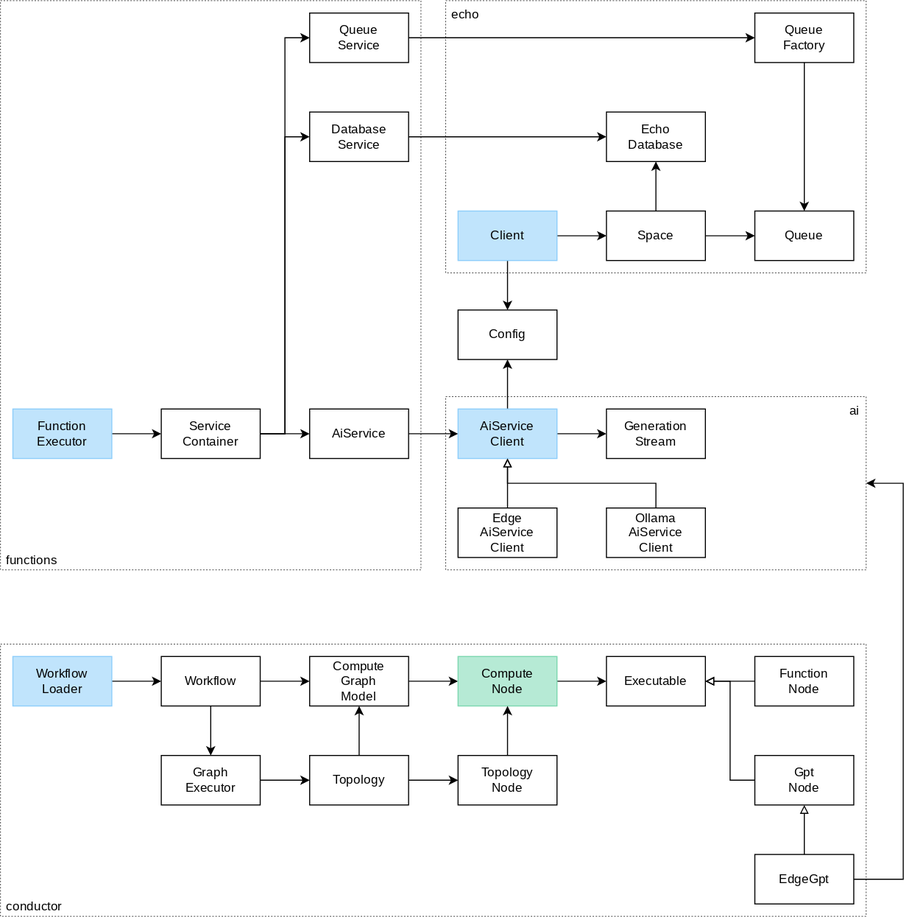
Earlier version of the draw.io export packages/core/assistant/docs/ai.drawio.svg (dxos/dxos). Source tidied: cells renumbered, new cells last; positions are measured from the earlier drawing's top-left corner, leaving out a move shared by most shapes.
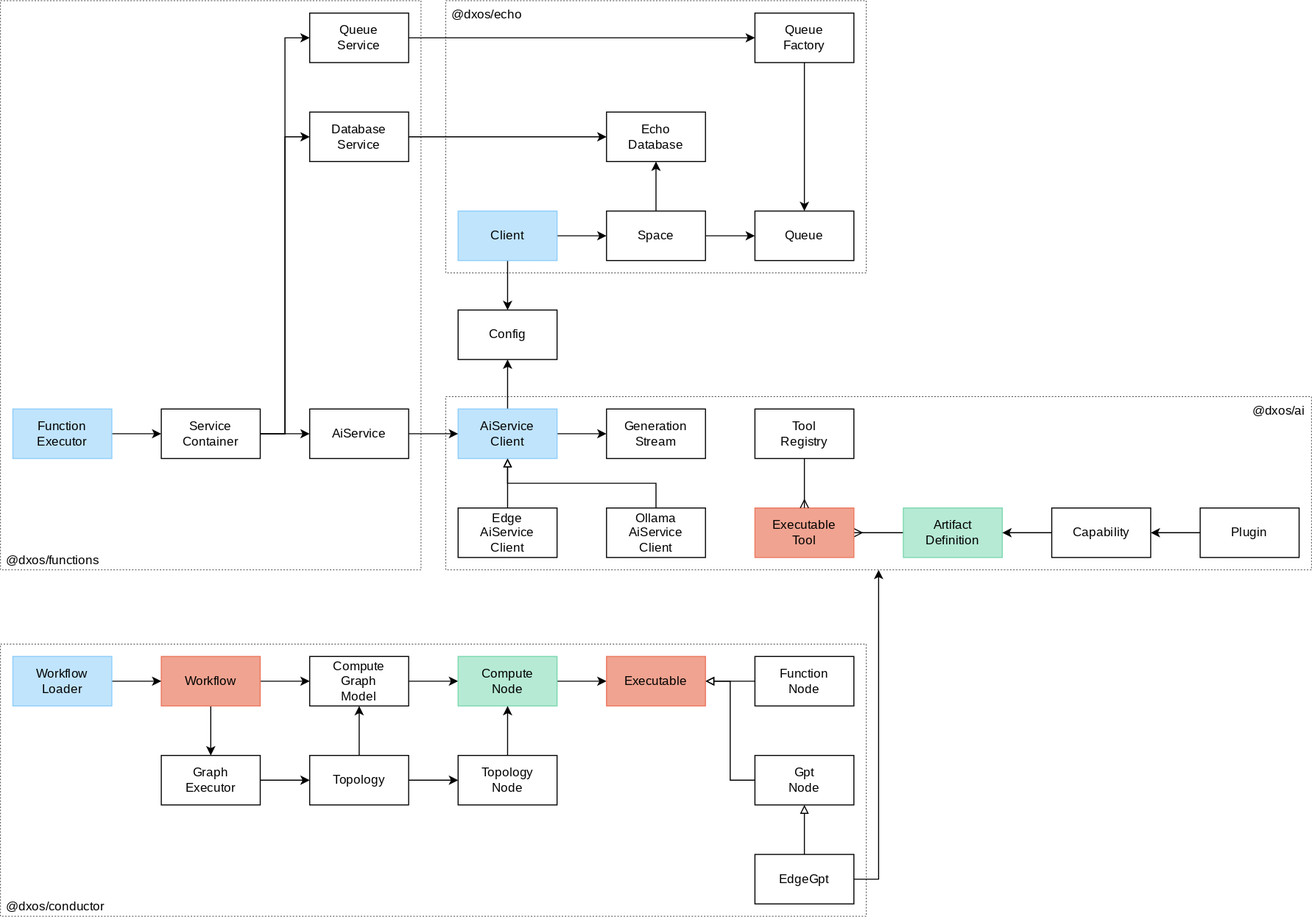
After the change.

What changed in the source:
```diff
@@ -2,17 +2,17 @@
   <root>
     <mxCell id="0" />
     <mxCell id="1" parent="0" />
-    <mxCell id="2" value="conductor" style="rounded=0;whiteSpace=wrap;html=1;fontFamily=Space Grotesk;fontSource=https%3A%2F%2Ffonts.googleapis.com%2Fcss%3Ffamily%3DSpace%2BGrotesk;verticalAlign=bottom;fillColor=none;dashed=1;strokeWidth=0.5;align=left;spacingLeft=4;spacingRight=4;" parent="1" vertex="1">
+    <mxCell id="2" value="@dxos/conductor" style="rounded=0;whiteSpace=wrap;html=1;fontFamily=Space Grotesk;fontSource=https%3A%2F%2Ffonts.googleapis.com%2Fcss%3Ffamily%3DSpace%2BGrotesk;verticalAlign=bottom;fillColor=none;dashed=1;strokeWidth=0.5;align=left;spacingLeft=4;spacingRight=4;" parent="1" vertex="1">
       <mxGeometry y="624" width="840" height="264" as="geometry" />
     </mxCell>
-    <mxCell id="3" value="functions" style="rounded=0;whiteSpace=wrap;html=1;fontFamily=Space Grotesk;fontSource=https%3A%2F%2Ffonts.googleapis.com%2Fcss%3Ffamily%3DSpace%2BGrotesk;verticalAlign=bottom;fillColor=none;dashed=1;strokeWidth=0.5;align=left;spacingLeft=4;spacingRight=4;" parent="1" vertex="1">
+    <mxCell id="3" value="@dxos/functions" style="rounded=0;whiteSpace=wrap;html=1;fontFamily=Space Grotesk;fontSource=https%3A%2F%2Ffonts.googleapis.com%2Fcss%3Ffamily%3DSpace%2BGrotesk;verticalAlign=bottom;fillColor=none;dashed=1;strokeWidth=0.5;align=left;spacingLeft=4;spacingRight=4;" parent="1" vertex="1">
       <mxGeometry width="408" height="552" as="geometry" />
     </mxCell>
-    <mxCell id="4" value="echo" style="rounded=0;whiteSpace=wrap;html=1;fontFamily=Space Grotesk;fontSource=https%3A%2F%2Ffonts.googleapis.com%2Fcss%3Ffamily%3DSpace%2BGrotesk;verticalAlign=top;fillColor=none;dashed=1;strokeWidth=0.5;align=left;spacingLeft=4;spacingRight=4;" parent="1" vertex="1">
+    <mxCell id="4" value="@dxos/echo" style="rounded=0;whiteSpace=wrap;html=1;fontFamily=Space Grotesk;fontSource=https%3A%2F%2Ffonts.googleapis.com%2Fcss%3Ffamily%3DSpace%2BGrotesk;verticalAlign=top;fillColor=none;dashed=1;strokeWidth=0.5;align=left;spacingLeft=4;spacingRight=4;" parent="1" vertex="1">
       <mxGeometry x="432" width="408" height="264" as="geometry" />
     </mxCell>
-    <mxCell id="5" value="ai" style="rounded=0;whiteSpace=wrap;html=1;fontFamily=Space Grotesk;fontSource=https%3A%2F%2Ffonts.googleapis.com%2Fcss%3Ffamily%3DSpace%2BGrotesk;verticalAlign=top;fillColor=none;dashed=1;strokeWidth=0.5;align=right;spacingLeft=4;spacingRight=4;" parent="1" vertex="1">
-      <mxGeometry x="432" y="384" width="408" height="168" as="geometry" />
+    <mxCell id="5" value="@dxos/ai" style="rounded=0;whiteSpace=wrap;html=1;fontFamily=Space Grotesk;fontSource=https%3A%2F%2Ffonts.googleapis.com%2Fcss%3Ffamily%3DSpace%2BGrotesk;verticalAlign=top;fillColor=none;dashed=1;strokeWidth=0.5;align=right;spacingLeft=4;spacingRight=4;" parent="1" vertex="1">
+      <mxGeometry x="432" y="384" width="840" height="168" as="geometry" />
     </mxCell>
     <mxCell id="6" style="edgeStyle=none;html=1;exitX=1;exitY=0.5;exitDx=0;exitDy=0;" parent="1" edge="1" source="8" target="11">
       <mxGeometry relative="1" as="geometry" />
@@ -129,7 +129,7 @@
     <mxCell id="38" style="edgeStyle=none;html=1;exitX=0.5;exitY=1;exitDx=0;exitDy=0;" parent="1" edge="1" source="39" target="45">
       <mxGeometry relative="1" as="geometry" />
     </mxCell>
-    <mxCell id="39" value="Workflow" style="rounded=0;whiteSpace=wrap;html=1;fontFamily=Space Grotesk;fontSource=https%3A%2F%2Ffonts.googleapis.com%2Fcss%3Ffamily%3DSpace%2BGrotesk;" parent="1" vertex="1">
+    <mxCell id="39" value="Workflow" style="rounded=0;whiteSpace=wrap;html=1;fontFamily=Space Grotesk;fontSource=https%3A%2F%2Ffonts.googleapis.com%2Fcss%3Ffamily%3DSpace%2BGrotesk;fillColor=#F0A390;fontColor=#000000;strokeColor=#EB785E;" parent="1" vertex="1">
       <mxGeometry x="156" y="636" width="96" height="48" as="geometry" />
     </mxCell>
     <mxCell id="40" style="edgeStyle=none;html=1;exitX=1;exitY=0.5;exitDx=0;exitDy=0;" parent="1" edge="1" source="41" target="39">
@@ -177,7 +177,7 @@
     <mxCell id="54" value="Function&lt;br&gt;Node" style="rounded=0;whiteSpace=wrap;html=1;fontFamily=Space Grotesk;fontSource=https%3A%2F%2Ffonts.googleapis.com%2Fcss%3Ffamily%3DSpace%2BGrotesk;" parent="1" vertex="1">
       <mxGeometry x="732" y="636" width="96" height="48" as="geometry" />
     </mxCell>
-    <mxCell id="55" value="Executable" style="rounded=0;whiteSpace=wrap;html=1;fontFamily=Space Grotesk;fontSource=https%3A%2F%2Ffonts.googleapis.com%2Fcss%3Ffamily%3DSpace%2BGrotesk;" parent="1" vertex="1">
+    <mxCell id="55" value="Executable" style="rounded=0;whiteSpace=wrap;html=1;fontFamily=Space Grotesk;fontSource=https%3A%2F%2Ffonts.googleapis.com%2Fcss%3Ffamily%3DSpace%2BGrotesk;fillColor=#F0A390;fontColor=#000000;strokeColor=#EB785E;" parent="1" vertex="1">
       <mxGeometry x="588" y="636" width="96" height="48" as="geometry" />
     </mxCell>
     <mxCell id="56" style="edgeStyle=none;html=1;exitX=0;exitY=0.5;exitDx=0;exitDy=0;entryX=1;entryY=0.5;entryDx=0;entryDy=0;rounded=0;curved=0;endArrow=block;endFill=0;" parent="1" edge="1" source="57" target="55">
@@ -194,16 +194,42 @@
     <mxCell id="58" style="edgeStyle=none;html=1;exitX=0.5;exitY=0;exitDx=0;exitDy=0;endArrow=block;endFill=0;" parent="1" edge="1" source="60" target="57">
       <mxGeometry relative="1" as="geometry" />
     </mxCell>
-    <mxCell id="59" style="edgeStyle=none;html=1;exitX=1;exitY=0.5;exitDx=0;exitDy=0;rounded=0;curved=0;entryX=1;entryY=0.5;entryDx=0;entryDy=0;" parent="1" edge="1" source="60" target="5">
+    <mxCell id="59" style="edgeStyle=none;html=1;exitX=1;exitY=0.5;exitDx=0;exitDy=0;rounded=0;curved=0;entryX=0.5;entryY=1;entryDx=0;entryDy=0;" parent="1" edge="1" source="60" target="5">
       <mxGeometry relative="1" as="geometry">
         <Array as="points">
-          <mxPoint x="876" y="852" />
-          <mxPoint x="876" y="468" />
+          <mxPoint x="852" y="852" />
         </Array>
       </mxGeometry>
     </mxCell>
     <mxCell id="60" value="EdgeGpt" style="rounded=0;whiteSpace=wrap;html=1;fontFamily=Space Grotesk;fontSource=https%3A%2F%2Ffonts.googleapis.com%2Fcss%3Ffamily%3DSpace%2BGrotesk;" parent="1" vertex="1">
       <mxGeometry x="732" y="828" width="96" height="48" as="geometry" />
     </mxCell>
+    <mxCell id="61" style="edgeStyle=none;html=1;exitX=1;exitY=0.5;exitDx=0;exitDy=0;endArrow=ERmany;endFill=0;" parent="1" edge="1" source="62" target="67">
+      <mxGeometry relative="1" as="geometry" />
+    </mxCell>
+    <mxCell id="62" value="Artifact&lt;div&gt;Definition&lt;/div&gt;" style="rounded=0;whiteSpace=wrap;html=1;fontFamily=Space Grotesk;fontSource=https%3A%2F%2Ffonts.googleapis.com%2Fcss%3Ffamily%3DSpace%2BGrotesk;fillColor=#B6EAD5;fontColor=#000000;strokeColor=#7CD7AF;" parent="1" vertex="1">
+      <mxGeometry x="876" y="492" width="96" height="48" as="geometry" />
+    </mxCell>
+    <mxCell id="63" style="edgeStyle=none;html=1;" parent="1" edge="1" source="64" target="66">
+      <mxGeometry relative="1" as="geometry" />
+    </mxCell>
+    <mxCell id="64" value="Plugin" style="rounded=0;whiteSpace=wrap;html=1;fontFamily=Space Grotesk;fontSource=https%3A%2F%2Ffonts.googleapis.com%2Fcss%3Ffamily%3DSpace%2BGrotesk;" parent="1" vertex="1">
+      <mxGeometry x="1164" y="492" width="96" height="48" as="geometry" />
+    </mxCell>
+    <mxCell id="65" style="edgeStyle=none;html=1;" parent="1" edge="1" source="66" target="62">
+      <mxGeometry relative="1" as="geometry" />
+    </mxCell>
+    <mxCell id="66" value="Capability" style="rounded=0;whiteSpace=wrap;html=1;fontFamily=Space Grotesk;fontSource=https%3A%2F%2Ffonts.googleapis.com%2Fcss%3Ffamily%3DSpace%2BGrotesk;" parent="1" vertex="1">
+      <mxGeometry x="1020" y="492" width="96" height="48" as="geometry" />
+    </mxCell>
+    <mxCell id="67" value="Executable&lt;br&gt;Tool" style="rounded=0;whiteSpace=wrap;html=1;fontFamily=Space Grotesk;fontSource=https%3A%2F%2Ffonts.googleapis.com%2Fcss%3Ffamily%3DSpace%2BGrotesk;fillColor=#F0A390;fontColor=#000000;strokeColor=#EB785E;" parent="1" vertex="1">
+      <mxGeometry x="732" y="492" width="96" height="48" as="geometry" />
+    </mxCell>
+    <mxCell id="68" style="edgeStyle=none;html=1;exitX=0.5;exitY=1;exitDx=0;exitDy=0;endArrow=ERmany;endFill=0;" parent="1" edge="1" source="69" target="67">
+      <mxGeometry relative="1" as="geometry" />
+    </mxCell>
+    <mxCell id="69" value="Tool&lt;div&gt;Registry&lt;/div&gt;" style="rounded=0;whiteSpace=wrap;html=1;fontFamily=Space Grotesk;fontSource=https%3A%2F%2Ffonts.googleapis.com%2Fcss%3Ffamily%3DSpace%2BGrotesk;" parent="1" vertex="1">
+      <mxGeometry x="732" y="396" width="96" height="48" as="geometry" />
+    </mxCell>
   </root>
 </mxGraphModel>
```
